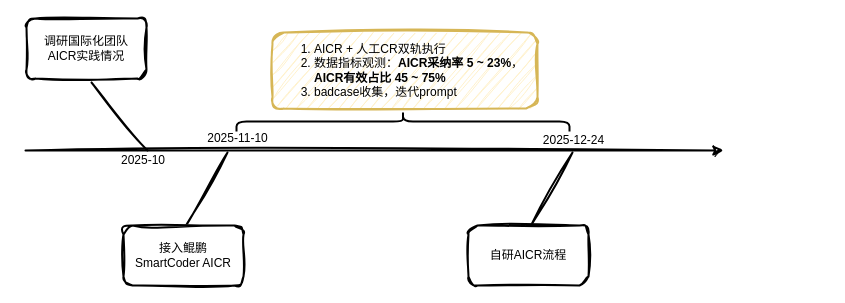
Zsynuting/diagram keeps this draw.io diagram as aicr-3-process.drawio. Above is the earlier version. Source tidied: cells renumbered, new cells numbered last; positions are measured from the earlier drawing's top-left corner, leaving out a move shared by most shapes. Both pictures are drawn from the tidied source at 100%, with x=0, y=0 at pixel (25, -46).
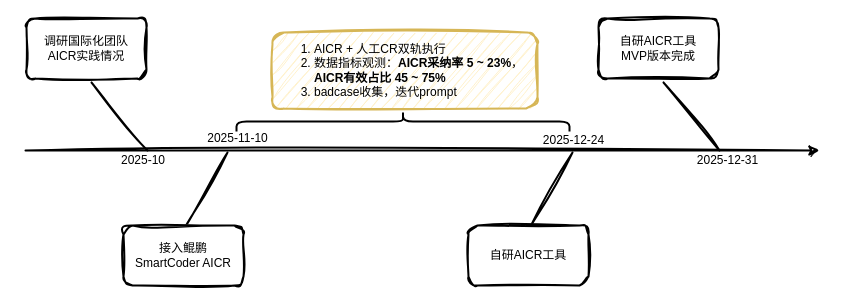
The same page after the edit.

Diff of the diagram source:
```diff
@@
     <mxCell id="2" style="endArrow=classic;html=1;rounded=0;strokeWidth=2;sketch=1;curveFitting=1;jiggle=2;" parent="1" edge="1">
       <mxGeometry relative="1" as="geometry">
         <mxPoint y="196" as="sourcePoint" />
-        <mxPoint x="698" y="196" as="targetPoint" />
+        <mxPoint x="794" y="196" as="targetPoint" />
       </mxGeometry>
     </mxCell>
@@
-    <mxCell id="13" value="自研AICR流程" style="rounded=1;whiteSpace=wrap;html=1;strokeWidth=2;sketch=1;curveFitting=1;jiggle=2;" parent="1" vertex="1">
+    <mxCell id="13" value="自研AICR工具" style="rounded=1;whiteSpace=wrap;html=1;strokeWidth=2;sketch=1;curveFitting=1;jiggle=2;" parent="1" vertex="1">
       <mxGeometry x="443" y="271" width="120" height="60" as="geometry" />
     </mxCell>
+    <mxCell id="14" style="endArrow=none;html=1;rounded=0;strokeWidth=2;sketch=1;curveFitting=1;jiggle=2;" parent="1" edge="1">
+      <mxGeometry relative="1" as="geometry">
+        <mxPoint x="694" y="196" as="sourcePoint" />
+        <mxPoint x="638" y="128" as="targetPoint" />
+      </mxGeometry>
+    </mxCell>
+    <mxCell id="15" value="自研AICR工具&lt;div&gt;MVP版本&lt;span style=&quot;background-color: transparent; color: light-dark(rgb(0, 0, 0), rgb(255, 255, 255));&quot;&gt;完成&lt;/span&gt;&lt;/div&gt;" style="rounded=1;whiteSpace=wrap;html=1;strokeWidth=2;sketch=1;curveFitting=1;jiggle=2;" parent="1" vertex="1">
+      <mxGeometry x="573" y="64" width="120" height="60" as="geometry" />
+    </mxCell>
+    <mxCell id="16" value="2025-12-31" style="text;html=1;whiteSpace=wrap;strokeColor=none;fillColor=none;align=center;verticalAlign=middle;rounded=0;" parent="1" vertex="1">
+      <mxGeometry x="660" y="191" width="85" height="30" as="geometry" />
+    </mxCell>
```
